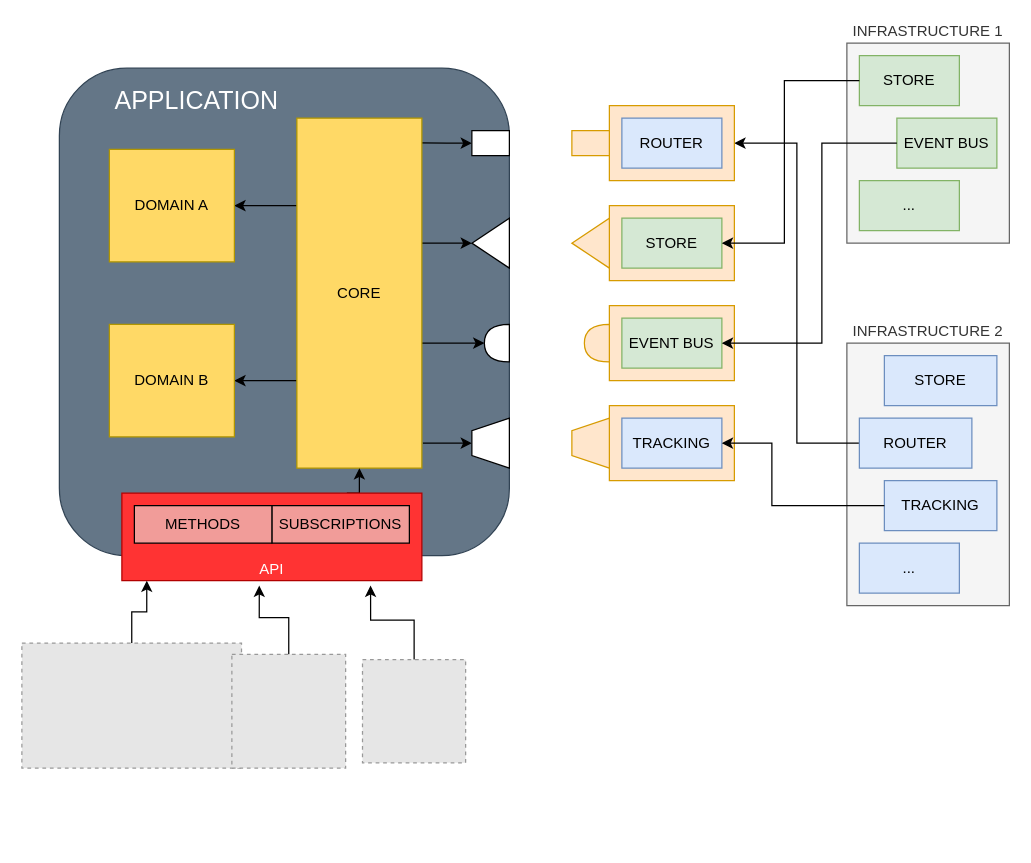
This is Puertos y adaptadores.drawio from jdevega/ports-adapters-todo, a draw.io file, before an edit. Source tidied: cells renumbered, new cells numbered last; positions are measured from the earlier drawing's top-left corner, leaving out a move shared by most shapes. Both pictures are drawn from the tidied source at 125%, with x=0, y=0 at pixel (21, 42). Pictures stored in the file or linked from it are replaced by grey dashed boxes.
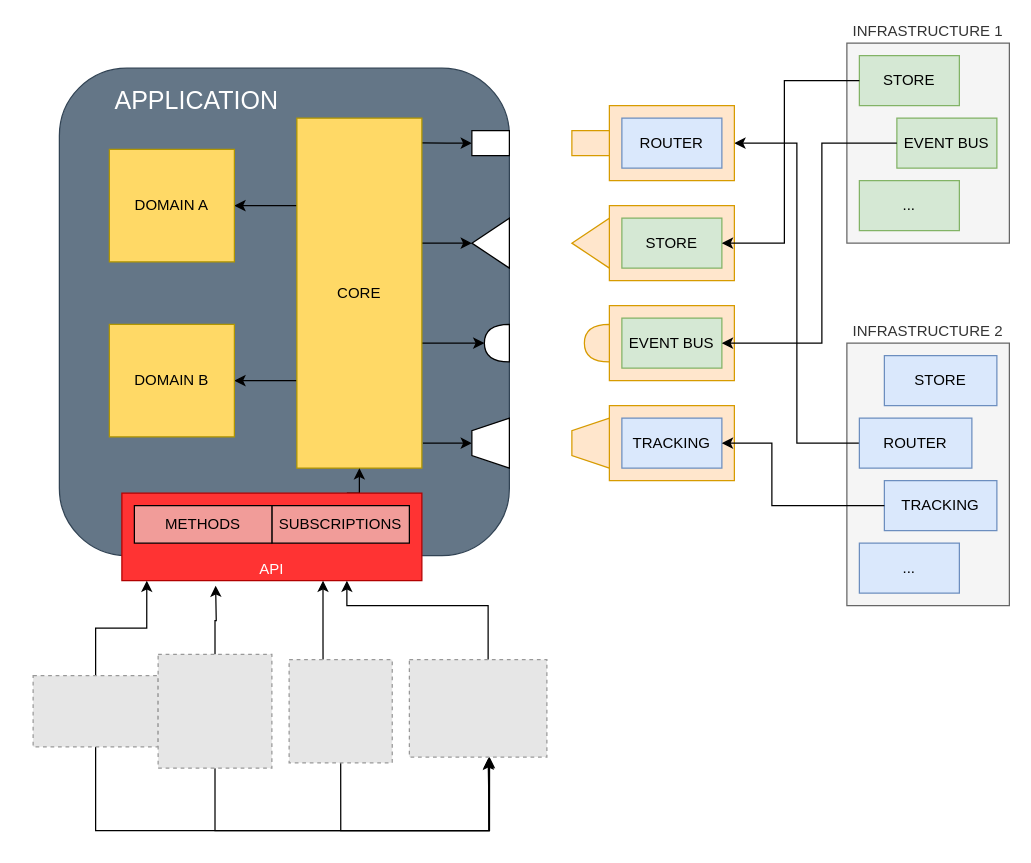
Above is the later version.

Unchanged cells that the change refers to:
```xml
<mxCell id="40" value="API" style="rounded=0;whiteSpace=wrap;html=1;labelPosition=center;verticalLabelPosition=middle;align=center;verticalAlign=bottom;strokeColor=#B20000;fontColor=#ffffff;fillColor=#FF3333;" parent="1" vertex="1">
  <mxGeometry x="80" y="360" width="240" height="70" as="geometry" />
</mxCell>
```

Diff of the diagram source:
```diff
@@
-    <mxCell id="45" style="edgeStyle=orthogonalEdgeStyle;rounded=0;jettySize=auto;html=1;entryX=0.458;entryY=1.057;entryDx=0;entryDy=0;entryPerimeter=0;fontColor=#FFFFFF;" parent="1" edge="1" source="50" target="40">
-      <mxGeometry relative="1" as="geometry" />
+    <mxCell id="45" style="edgeStyle=orthogonalEdgeStyle;rounded=0;jettySize=auto;html=1;fontColor=#FFFFFF;" parent="1" edge="1" source="50">
+      <mxGeometry relative="1" as="geometry">
+        <mxPoint x="155" y="434" as="targetPoint" />
+      </mxGeometry>
     </mxCell>
-    <mxCell id="46" style="edgeStyle=orthogonalEdgeStyle;rounded=0;jettySize=auto;html=1;entryX=0.829;entryY=1.057;entryDx=0;entryDy=0;entryPerimeter=0;fontColor=#FFFFFF;" parent="1" edge="1" source="51" target="40">
-      <mxGeometry relative="1" as="geometry" />
+    <mxCell id="46" style="edgeStyle=orthogonalEdgeStyle;rounded=0;jettySize=auto;html=1;fontColor=#FFFFFF;exitX=0.329;exitY=0.001;exitDx=0;exitDy=0;exitPerimeter=0;" parent="1" edge="1" source="51" target="40">
+      <mxGeometry relative="1" as="geometry">
+        <Array as="points">
+          <mxPoint x="241" y="480" />
+          <mxPoint x="241" y="480" />
+        </Array>
+      </mxGeometry>
     </mxCell>
@@
+    <mxCell id="52" style="edgeStyle=orthogonalEdgeStyle;rounded=0;jettySize=auto;html=1;exitX=0.5;exitY=1;exitDx=0;exitDy=0;entryX=0.577;entryY=1.005;entryDx=0;entryDy=0;entryPerimeter=0;" parent="1" edge="1" source="49" target="56">
+      <mxGeometry relative="1" as="geometry">
+        <Array as="points">
+          <mxPoint x="59" y="630" />
+          <mxPoint x="374" y="630" />
+        </Array>
+      </mxGeometry>
+    </mxCell>
     <mxCell id="49" style="fillColor=#E6E6E6;strokeColor=#999999;dashed=1;verticalLabelPosition=bottom;labelBackgroundColor=#ffffff;verticalAlign=top;" parent="1" vertex="1">
-      <mxGeometry y="480" width="175.7" height="100" as="geometry" />
+      <mxGeometry x="9" y="506" width="100" height="56.9" as="geometry" />
     </mxCell>
+    <mxCell id="53" style="edgeStyle=orthogonalEdgeStyle;rounded=0;jettySize=auto;html=1;exitX=0.5;exitY=1;exitDx=0;exitDy=0;entryX=0.573;entryY=1.017;entryDx=0;entryDy=0;entryPerimeter=0;" parent="1" edge="1" source="50" target="56">
+      <mxGeometry relative="1" as="geometry">
+        <Array as="points">
+          <mxPoint x="155" y="630" />
+          <mxPoint x="374" y="630" />
+          <mxPoint x="374" y="572" />
+        </Array>
+      </mxGeometry>
+    </mxCell>
     <mxCell id="50" style="fillColor=#E6E6E6;strokeColor=#999999;dashed=1;verticalLabelPosition=bottom;labelBackgroundColor=#ffffff;verticalAlign=top;" parent="1" vertex="1">
-      <mxGeometry x="168" y="489" width="91" height="91" as="geometry" />
+      <mxGeometry x="109" y="489" width="91" height="91" as="geometry" />
     </mxCell>
+    <mxCell id="54" style="edgeStyle=orthogonalEdgeStyle;rounded=0;jettySize=auto;html=1;exitX=0.5;exitY=1;exitDx=0;exitDy=0;entryX=0.583;entryY=0.999;entryDx=0;entryDy=0;entryPerimeter=0;" parent="1" edge="1" source="51" target="56">
+      <mxGeometry relative="1" as="geometry">
+        <Array as="points">
+          <mxPoint x="255" y="630" />
+          <mxPoint x="374" y="630" />
+        </Array>
+      </mxGeometry>
+    </mxCell>
     <mxCell id="51" style="fillColor=#E6E6E6;strokeColor=#999999;dashed=1;verticalLabelPosition=bottom;labelBackgroundColor=#ffffff;verticalAlign=top;" parent="1" vertex="1">
-      <mxGeometry x="272.5" y="493.2" width="82.5" height="82.5" as="geometry" />
+      <mxGeometry x="213.8" y="493.2" width="82.5" height="82.5" as="geometry" />
     </mxCell>
+    <mxCell id="55" style="edgeStyle=orthogonalEdgeStyle;rounded=0;jettySize=auto;html=1;entryX=0.75;entryY=1;entryDx=0;entryDy=0;" parent="1" edge="1" source="56" target="40">
+      <mxGeometry relative="1" as="geometry">
+        <Array as="points">
+          <mxPoint x="373" y="450" />
+          <mxPoint x="260" y="450" />
+        </Array>
+      </mxGeometry>
+    </mxCell>
+    <mxCell id="56" style="fillColor=#E6E6E6;strokeColor=#999999;dashed=1;verticalLabelPosition=bottom;labelBackgroundColor=#ffffff;verticalAlign=top;" parent="1" vertex="1">
+      <mxGeometry x="310" y="493.2" width="110" height="77.9" as="geometry" />
+    </mxCell>
```
